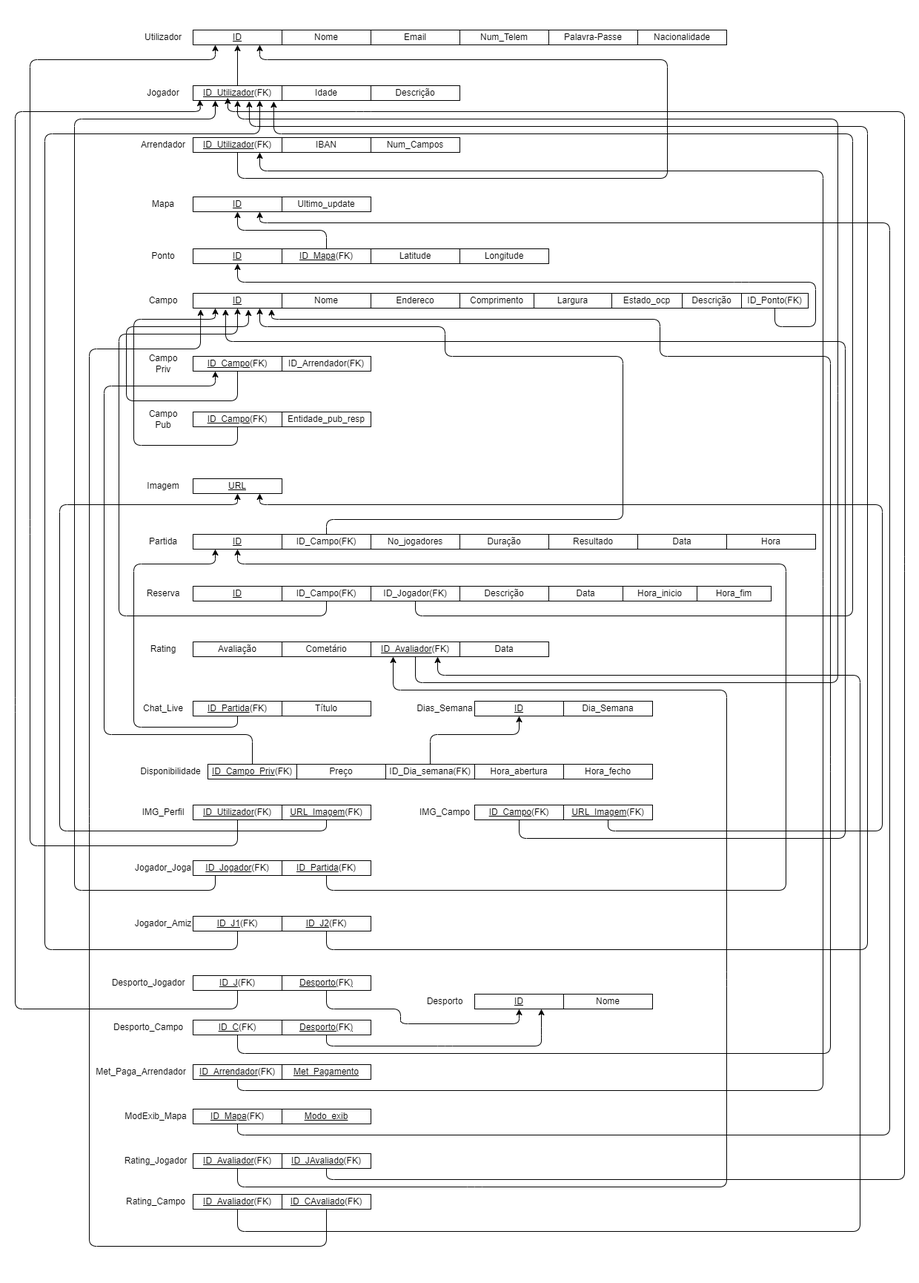
Above: DOC/ER_SL.png in Paul-Y5/Projeto_SPORTSLINK-BD (draw.io), before the change. Source tidied: cells renumbered, new cells last; positions are measured from the earlier drawing's top-left corner, leaving out a move shared by most shapes.
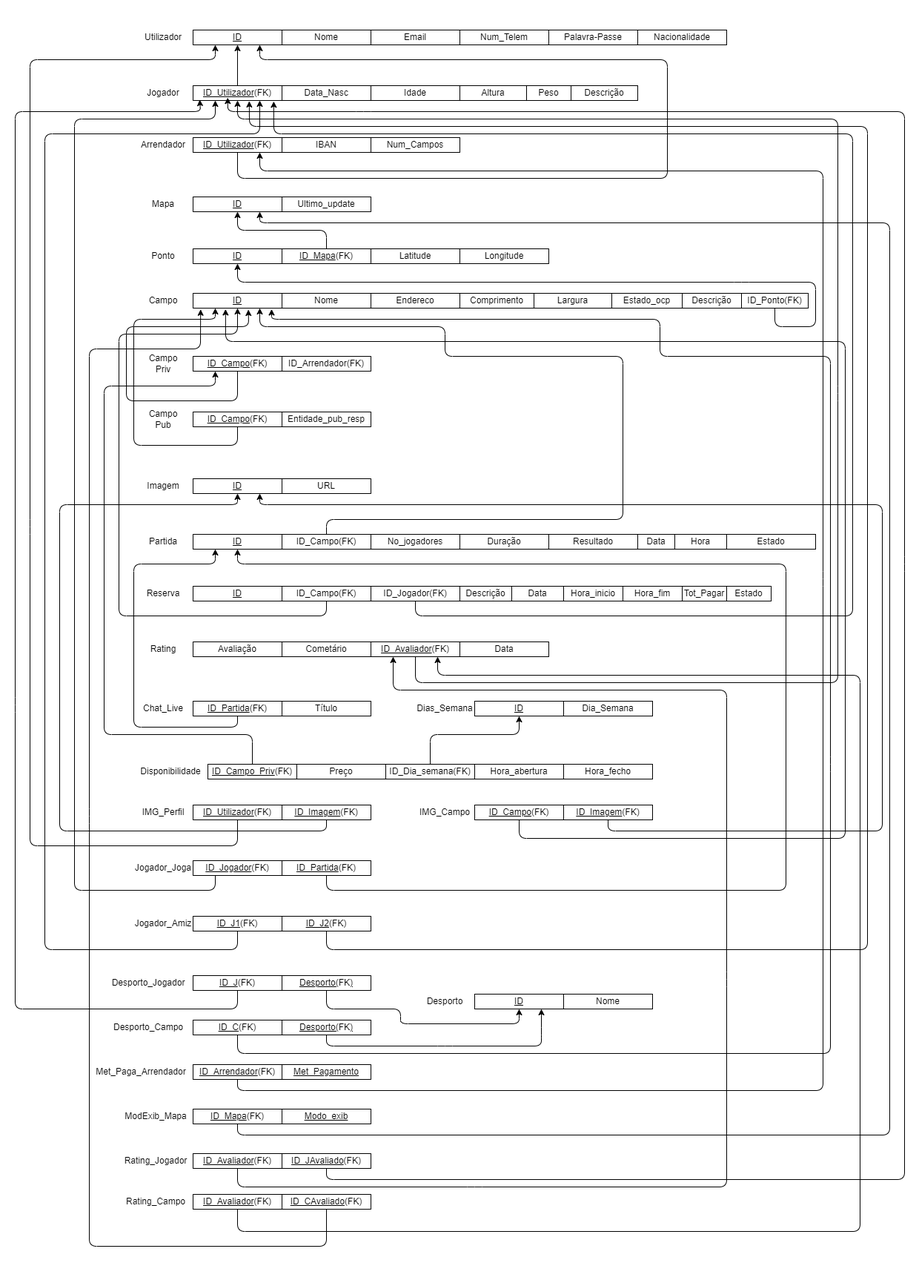
Later version of the same file.

The edit, as a diff of the source:
```diff
@@ -33,10 +33,10 @@
       <mxGeometry x="260" y="115" width="120" height="20" as="geometry" />
     </mxCell>
     <mxCell id="12" value="Idade" style="rounded=0;whiteSpace=wrap;html=1;" parent="1" vertex="1">
-      <mxGeometry x="380" y="115" width="120" height="20" as="geometry" />
+      <mxGeometry x="500" y="115" width="120" height="20" as="geometry" />
     </mxCell>
     <mxCell id="13" value="Descrição" style="rounded=0;whiteSpace=wrap;html=1;" parent="1" vertex="1">
-      <mxGeometry x="500" y="115" width="120" height="20" as="geometry" />
+      <mxGeometry x="770" y="115" width="90" height="20" as="geometry" />
     </mxCell>
     <mxCell id="14" value="Jogador" style="text;html=1;align=center;verticalAlign=middle;whiteSpace=wrap;rounded=0;" parent="1" vertex="1">
       <mxGeometry x="190" y="110" width="60" height="30" as="geometry" />
@@ -103,7 +103,7 @@
     <mxCell id="30" value="Campo Pub" style="text;html=1;align=center;verticalAlign=middle;whiteSpace=wrap;rounded=0;" parent="1" vertex="1">
       <mxGeometry x="190" y="550" width="60" height="30" as="geometry" />
     </mxCell>
-    <mxCell id="31" value="&lt;u&gt;URL&lt;/u&gt;" style="rounded=0;whiteSpace=wrap;html=1;" parent="1" vertex="1">
+    <mxCell id="31" value="&lt;u&gt;ID&lt;/u&gt;" style="rounded=0;whiteSpace=wrap;html=1;" parent="1" vertex="1">
       <mxGeometry x="260" y="645" width="120" height="20" as="geometry" />
     </mxCell>
     <mxCell id="32" value="Imagem" style="text;html=1;align=center;verticalAlign=middle;whiteSpace=wrap;rounded=0;" parent="1" vertex="1">
@@ -137,7 +137,7 @@
       <mxGeometry x="740" y="720" width="120" height="20" as="geometry" />
     </mxCell>
     <mxCell id="39" value="Data" style="rounded=0;whiteSpace=wrap;html=1;" parent="1" vertex="1">
-      <mxGeometry x="860" y="720" width="120" height="20" as="geometry" />
+      <mxGeometry x="860" y="720" width="50" height="20" as="geometry" />
     </mxCell>
     <mxCell id="40" value="Partida" style="text;html=1;align=center;verticalAlign=middle;whiteSpace=wrap;rounded=0;" parent="1" vertex="1">
       <mxGeometry x="190" y="715" width="60" height="30" as="geometry" />
@@ -172,10 +172,10 @@
       <mxGeometry x="500" y="790" width="120" height="20" as="geometry" />
     </mxCell>
     <mxCell id="46" value="Descrição" style="rounded=0;whiteSpace=wrap;html=1;" parent="1" vertex="1">
-      <mxGeometry x="620" y="790" width="120" height="20" as="geometry" />
+      <mxGeometry x="620" y="790" width="70" height="20" as="geometry" />
     </mxCell>
     <mxCell id="47" value="Data" style="rounded=0;whiteSpace=wrap;html=1;" parent="1" vertex="1">
-      <mxGeometry x="740" y="790" width="100" height="20" as="geometry" />
+      <mxGeometry x="690" y="790" width="70" height="20" as="geometry" />
     </mxCell>
     <mxCell id="48" value="Hora_abertura" style="rounded=0;whiteSpace=wrap;html=1;" parent="1" vertex="1">
       <mxGeometry x="640" y="1030" width="120" height="20" as="geometry" />
@@ -254,7 +254,7 @@
         </Array>
       </mxGeometry>
     </mxCell>
-    <mxCell id="64" value="&lt;u&gt;URL_Imagem&lt;/u&gt;(FK)" style="rounded=0;whiteSpace=wrap;html=1;" parent="1" vertex="1">
+    <mxCell id="64" value="&lt;u&gt;ID_Imagem&lt;/u&gt;(FK)" style="rounded=0;whiteSpace=wrap;html=1;" parent="1" vertex="1">
       <mxGeometry x="380" y="1085" width="120" height="20" as="geometry" />
     </mxCell>
     <mxCell id="65" value="IMG_Perfil" style="text;html=1;align=center;verticalAlign=middle;whiteSpace=wrap;rounded=0;" parent="1" vertex="1">
@@ -313,7 +313,7 @@
       <mxGeometry x="190" y="390" width="60" height="30" as="geometry" />
     </mxCell>
     <mxCell id="76" value="Hora" style="rounded=0;whiteSpace=wrap;html=1;" parent="1" vertex="1">
-      <mxGeometry x="980" y="720" width="120" height="20" as="geometry" />
+      <mxGeometry x="910" y="720" width="70" height="20" as="geometry" />
     </mxCell>
     <mxCell id="77" style="edgeStyle=none;html=1;exitX=0.5;exitY=1;exitDx=0;exitDy=0;entryX=0.622;entryY=1.1;entryDx=0;entryDy=0;entryPerimeter=0;" parent="1" edge="1" source="24" target="71">
       <mxGeometry relative="1" as="geometry">
@@ -581,7 +581,7 @@
         </Array>
       </mxGeometry>
     </mxCell>
-    <mxCell id="126" value="&lt;u&gt;URL_Imagem&lt;/u&gt;(FK)" style="rounded=0;whiteSpace=wrap;html=1;" parent="1" vertex="1">
+    <mxCell id="126" value="&lt;u&gt;ID_Imagem&lt;/u&gt;(FK)" style="rounded=0;whiteSpace=wrap;html=1;" parent="1" vertex="1">
       <mxGeometry x="760" y="1085" width="120" height="20" as="geometry" />
     </mxCell>
     <mxCell id="127" value="IMG_Campo" style="text;html=1;align=center;verticalAlign=middle;whiteSpace=wrap;rounded=0;" parent="1" vertex="1">
@@ -638,13 +638,34 @@
       <mxGeometry x="570" y="940" width="60" height="30" as="geometry" />
     </mxCell>
     <mxCell id="140" value="Hora_fim" style="rounded=0;whiteSpace=wrap;html=1;" parent="1" vertex="1">
-      <mxGeometry x="940" y="790" width="100" height="20" as="geometry" />
+      <mxGeometry x="840" y="790" width="80" height="20" as="geometry" />
     </mxCell>
     <mxCell id="141" value="Hora_inicio" style="rounded=0;whiteSpace=wrap;html=1;" parent="1" vertex="1">
-      <mxGeometry x="840" y="790" width="100" height="20" as="geometry" />
+      <mxGeometry x="760" y="790" width="80" height="20" as="geometry" />
     </mxCell>
     <mxCell id="142" value="Hora_fecho" style="rounded=0;whiteSpace=wrap;html=1;" parent="1" vertex="1">
       <mxGeometry x="760" y="1030" width="120" height="20" as="geometry" />
     </mxCell>
+    <mxCell id="143" value="Data_Nasc" style="rounded=0;whiteSpace=wrap;html=1;" parent="1" vertex="1">
+      <mxGeometry x="380" y="115" width="120" height="20" as="geometry" />
+    </mxCell>
+    <mxCell id="144" value="Altura" style="rounded=0;whiteSpace=wrap;html=1;" parent="1" vertex="1">
+      <mxGeometry x="620" y="115" width="90" height="20" as="geometry" />
+    </mxCell>
+    <mxCell id="145" value="Peso" style="rounded=0;whiteSpace=wrap;html=1;" parent="1" vertex="1">
+      <mxGeometry x="710" y="115" width="60" height="20" as="geometry" />
+    </mxCell>
+    <mxCell id="146" value="URL" style="rounded=0;whiteSpace=wrap;html=1;" parent="1" vertex="1">
+      <mxGeometry x="380" y="645" width="120" height="20" as="geometry" />
+    </mxCell>
+    <mxCell id="147" value="Estado" style="rounded=0;whiteSpace=wrap;html=1;" parent="1" vertex="1">
+      <mxGeometry x="980" y="720" width="120" height="20" as="geometry" />
+    </mxCell>
+    <mxCell id="148" value="Estado" style="rounded=0;whiteSpace=wrap;html=1;" parent="1" vertex="1">
+      <mxGeometry x="980" y="790" width="60" height="20" as="geometry" />
+    </mxCell>
+    <mxCell id="149" value="Tot_Pagar" style="rounded=0;whiteSpace=wrap;html=1;" parent="1" vertex="1">
+      <mxGeometry x="920" y="790" width="60" height="20" as="geometry" />
+    </mxCell>
   </root>
 </mxGraphModel>
```
